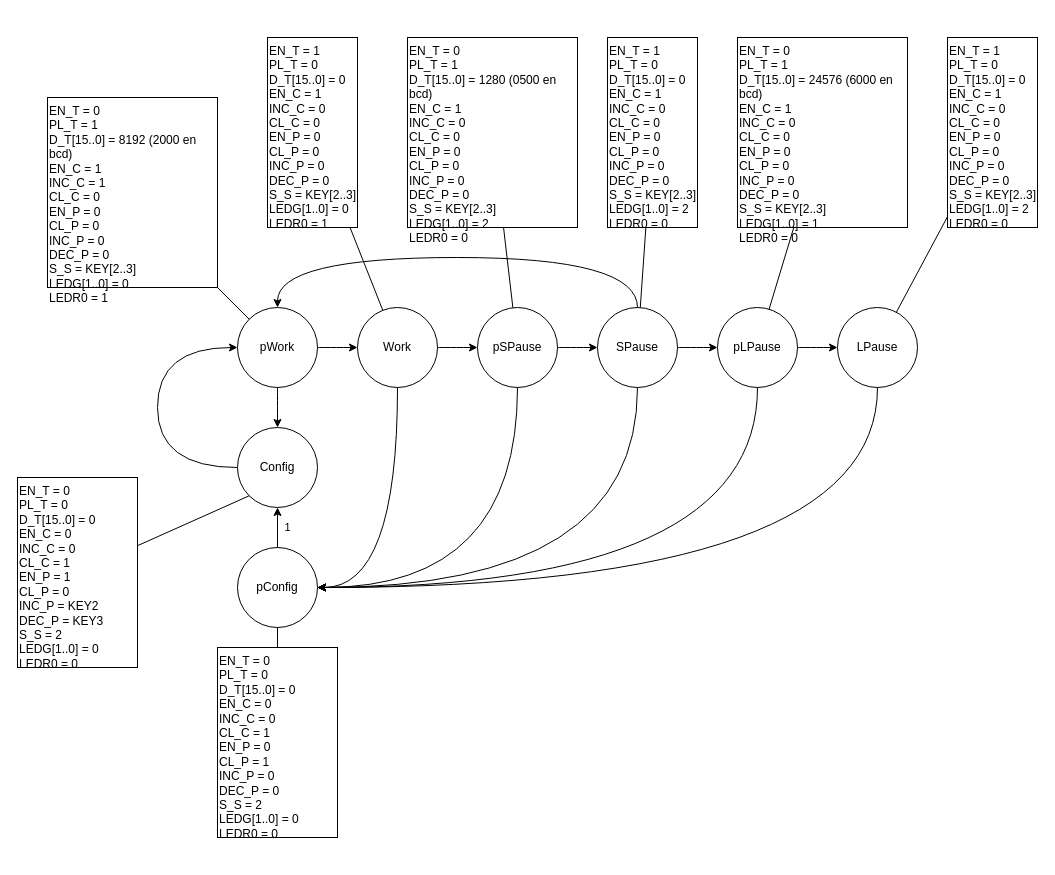
Earlier version of the draw.io diagram Séquence.drawio (Yohannans/pythonCours). Source tidied: cells renumbered, new cells numbered last; positions are measured from the earlier drawing's top-left corner, leaving out a move shared by most shapes. Both pictures are drawn from the tidied source at 100%, with x=0, y=0 at pixel (17, 37).
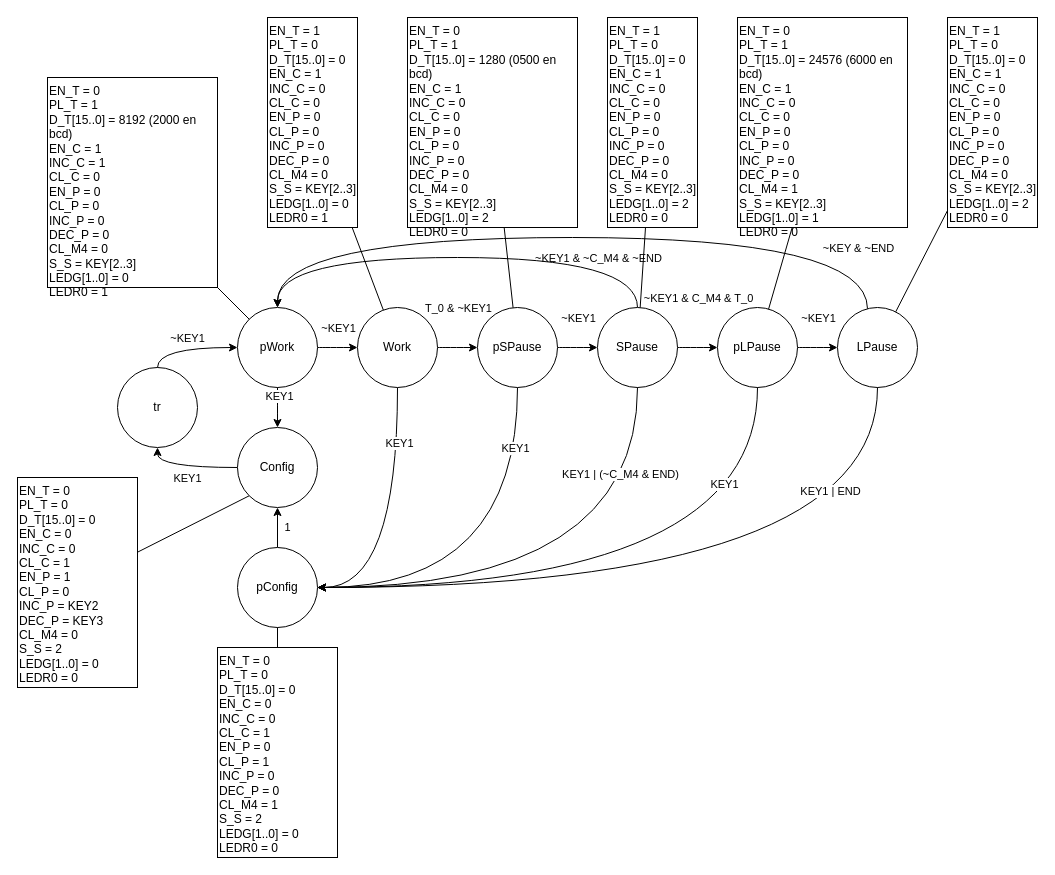
The same diagram, later.

Commit message:
Mettre à jour Séquence.drawio

Unchanged cells that the change refers to:
```xml
<mxCell id="4" value="&lt;font face=&quot;Lora&quot;&gt;Config&lt;/font&gt;" style="ellipse;whiteSpace=wrap;html=1;" parent="1" vertex="1">
  <mxGeometry x="220" y="390" width="80" height="80" as="geometry" />
</mxCell>
<mxCell id="5" style="edgeStyle=orthogonalEdgeStyle;rounded=0;jettySize=auto;html=1;curved=1;" parent="1" edge="1" source="6" target="9">
  <mxGeometry relative="1" as="geometry" />
</mxCell>
<mxCell id="6" value="&lt;font face=&quot;Lora&quot;&gt;pWork&lt;/font&gt;" style="ellipse;whiteSpace=wrap;html=1;" parent="1" vertex="1">
  <mxGeometry x="220" y="270" width="80" height="80" as="geometry" />
</mxCell>
<mxCell id="7" style="edgeStyle=orthogonalEdgeStyle;rounded=0;jettySize=auto;html=1;curved=1;" parent="1" edge="1" source="9" target="12">
  <mxGeometry relative="1" as="geometry" />
</mxCell>
<mxCell id="8" style="edgeStyle=orthogonalEdgeStyle;rounded=0;jettySize=auto;html=1;exitX=0.5;exitY=1;exitDx=0;exitDy=0;entryX=1;entryY=0.5;entryDx=0;entryDy=0;curved=1;" parent="1" edge="1" source="9" target="25">
  <mxGeometry relative="1" as="geometry" />
</mxCell>
<mxCell id="11" style="edgeStyle=orthogonalEdgeStyle;rounded=0;jettySize=auto;html=1;exitX=0.5;exitY=1;exitDx=0;exitDy=0;curved=1;entryX=1;entryY=0.5;entryDx=0;entryDy=0;" parent="1" edge="1" source="12" target="25">
  <mxGeometry relative="1" as="geometry" />
</mxCell>
<mxCell id="18" value="&lt;font face=&quot;Lora&quot;&gt;LPause&lt;/font&gt;" style="ellipse;whiteSpace=wrap;html=1;" parent="1" vertex="1">
  <mxGeometry x="820" y="270" width="80" height="80" as="geometry" />
</mxCell>
<mxCell id="19" style="edgeStyle=orthogonalEdgeStyle;rounded=0;jettySize=auto;html=1;exitX=0.5;exitY=1;exitDx=0;exitDy=0;curved=1;entryX=1;entryY=0.5;entryDx=0;entryDy=0;" parent="1" edge="1" source="15" target="25">
  <mxGeometry relative="1" as="geometry" />
</mxCell>
<mxCell id="20" style="edgeStyle=orthogonalEdgeStyle;rounded=0;jettySize=auto;html=1;exitX=0.5;exitY=1;exitDx=0;exitDy=0;curved=1;entryX=1;entryY=0.5;entryDx=0;entryDy=0;" parent="1" edge="1" source="17" target="25">
  <mxGeometry relative="1" as="geometry" />
</mxCell>
<mxCell id="21" style="edgeStyle=orthogonalEdgeStyle;rounded=0;jettySize=auto;html=1;exitX=0.5;exitY=1;exitDx=0;exitDy=0;curved=1;entryX=1;entryY=0.5;entryDx=0;entryDy=0;" parent="1" edge="1" source="18" target="25">
  <mxGeometry relative="1" as="geometry">
    <Array as="points">
      <mxPoint x="860" y="550" />
    </Array>
  </mxGeometry>
</mxCell>
<mxCell id="25" value="&lt;font face=&quot;Lora&quot;&gt;pConfig&lt;/font&gt;" style="ellipse;whiteSpace=wrap;html=1;" parent="1" vertex="1">
  <mxGeometry x="220" y="510" width="80" height="80" as="geometry" />
</mxCell>
```

The edit, as a diff of the source:
```diff
@@
-    <mxCell id="2" style="rounded=0;jettySize=auto;html=1;entryX=0;entryY=0.5;entryDx=0;entryDy=0;edgeStyle=orthogonalEdgeStyle;curved=1;exitX=0;exitY=0.5;exitDx=0;exitDy=0;" parent="1" edge="1" source="4" target="6">
+    <mxCell id="2" style="rounded=0;jettySize=auto;html=1;entryX=0.5;entryY=1;entryDx=0;entryDy=0;edgeStyle=orthogonalEdgeStyle;curved=1;exitX=0;exitY=0.5;exitDx=0;exitDy=0;" parent="1" edge="1" source="4" target="54">
       <mxGeometry relative="1" as="geometry">
         <Array as="points">
           <mxPoint x="140" y="430" />
-          <mxPoint x="140" y="310" />
         </Array>
       </mxGeometry>
     </mxCell>
+    <mxCell id="40" value="&lt;span&gt;&lt;font face=&quot;Lora&quot;&gt;KEY1&lt;/font&gt;&lt;/span&gt;" style="edgeLabel;html=1;align=center;verticalAlign=middle;" parent="2" vertex="1">
+      <mxGeometry x="0.02" y="-1" relative="1" as="geometry">
+        <mxPoint y="11" as="offset" />
+      </mxGeometry>
+    </mxCell>
@@
+    <mxCell id="41" value="&lt;font face=&quot;Lora&quot;&gt;~KEY1&lt;/font&gt;" style="edgeLabel;html=1;align=center;verticalAlign=middle;" parent="5" vertex="1">
+      <mxGeometry x="-0.04" relative="1" as="geometry">
+        <mxPoint x="1" y="-20" as="offset" />
+      </mxGeometry>
+    </mxCell>
+    <mxCell id="42" value="&lt;font face=&quot;Lora&quot;&gt;~KEY1&lt;/font&gt;" style="edgeLabel;html=1;align=center;verticalAlign=middle;" parent="5" vertex="1">
+      <mxGeometry x="-0.04" relative="1" as="geometry">
+        <mxPoint x="241" y="-30" as="offset" />
+      </mxGeometry>
+    </mxCell>
+    <mxCell id="43" value="&lt;font face=&quot;Lora&quot;&gt;~KEY1 &amp;amp; C_M4 &amp;amp; T_0&lt;/font&gt;" style="edgeLabel;html=1;align=center;verticalAlign=middle;" parent="5" vertex="1">
+      <mxGeometry x="-0.04" relative="1" as="geometry">
+        <mxPoint x="361" y="-50" as="offset" />
+      </mxGeometry>
+    </mxCell>
+    <mxCell id="44" value="&lt;font face=&quot;Lora&quot;&gt;~KEY1 &amp;amp; ~C_M4 &amp;amp; ~END&lt;/font&gt;" style="edgeLabel;html=1;align=center;verticalAlign=middle;" parent="5" vertex="1">
+      <mxGeometry x="-0.04" relative="1" as="geometry">
+        <mxPoint x="261" y="-90" as="offset" />
+      </mxGeometry>
+    </mxCell>
+    <mxCell id="45" value="&lt;font face=&quot;Lora&quot;&gt;~KEY1&lt;/font&gt;" style="edgeLabel;html=1;align=center;verticalAlign=middle;" parent="5" vertex="1">
+      <mxGeometry x="-0.04" relative="1" as="geometry">
+        <mxPoint x="481" y="-30" as="offset" />
+      </mxGeometry>
+    </mxCell>
+    <mxCell id="46" value="&lt;font face=&quot;Lora&quot;&gt;~KEY &amp;amp; ~END&lt;/font&gt;" style="edgeLabel;html=1;align=center;verticalAlign=middle;" parent="5" vertex="1">
+      <mxGeometry x="-0.04" relative="1" as="geometry">
+        <mxPoint x="521" y="-100" as="offset" />
+      </mxGeometry>
+    </mxCell>
@@
+    <mxCell id="47" value="&lt;span&gt;&lt;font face=&quot;Lora&quot;&gt;T_0 &amp;amp; ~KEY1&lt;/font&gt;&lt;/span&gt;" style="edgeLabel;html=1;align=center;verticalAlign=middle;" parent="7" vertex="1">
+      <mxGeometry x="-0.15" y="-1" relative="1" as="geometry">
+        <mxPoint x="3" y="-41" as="offset" />
+      </mxGeometry>
+    </mxCell>
@@
+    <mxCell id="48" value="&lt;font face=&quot;Lora&quot;&gt;KEY1&lt;/font&gt;" style="edgeLabel;html=1;align=center;verticalAlign=middle;" parent="8" vertex="1">
+      <mxGeometry x="-0.61" y="1" relative="1" as="geometry" />
+    </mxCell>
@@
+    <mxCell id="49" value="&lt;font face=&quot;Lora&quot;&gt;KEY1&lt;/font&gt;" style="edgeLabel;html=1;align=center;verticalAlign=middle;" parent="11" vertex="1">
+      <mxGeometry x="-0.7" y="-3" relative="1" as="geometry" />
+    </mxCell>
@@
+    <mxCell id="50" style="edgeStyle=orthogonalEdgeStyle;rounded=0;jettySize=auto;html=1;entryX=0.5;entryY=0;entryDx=0;entryDy=0;curved=1;" parent="1" edge="1" source="18" target="6">
+      <mxGeometry relative="1" as="geometry">
+        <Array as="points">
+          <mxPoint x="850" y="200" />
+          <mxPoint x="260" y="200" />
+        </Array>
+      </mxGeometry>
+    </mxCell>
@@
+    <mxCell id="51" value="&lt;font face=&quot;Lora&quot;&gt;KEY1 | (~C_M4 &amp;amp; END)&lt;/font&gt;" style="edgeLabel;html=1;align=center;verticalAlign=middle;" parent="19" vertex="1">
+      <mxGeometry x="-0.67" y="-18" relative="1" as="geometry" />
+    </mxCell>
@@
+    <mxCell id="52" value="&lt;font face=&quot;Lora&quot;&gt;KEY1&lt;/font&gt;" style="edgeLabel;html=1;align=center;verticalAlign=middle;" parent="20" vertex="1">
+      <mxGeometry x="-0.7" y="-34" relative="1" as="geometry" />
+    </mxCell>
@@
-    <mxCell id="22" style="edgeStyle=orthogonalEdgeStyle;rounded=0;jettySize=auto;html=1;entryX=0.5;entryY=0;entryDx=0;entryDy=0;curved=1;exitX=0.5;exitY=1;exitDx=0;exitDy=0;" parent="1" edge="1" source="6" target="4">
-      <mxGeometry relative="1" as="geometry" />
-    </mxCell>
+    <mxCell id="53" value="&lt;font face=&quot;Lora&quot;&gt;KEY1 | END&lt;/font&gt;" style="edgeLabel;html=1;align=center;verticalAlign=middle;" parent="21" vertex="1">
+      <mxGeometry x="-0.73" y="-48" relative="1" as="geometry" />
+    </mxCell>
-    <mxCell id="23" value="EN_T = 0&lt;div&gt;PL_T = 0&lt;/div&gt;&lt;div&gt;D_T[15..0] = 0&lt;/div&gt;&lt;div&gt;EN_C = 0&lt;/div&gt;&lt;div&gt;INC_C = 0&lt;/div&gt;&lt;div&gt;CL_C = 1&lt;/div&gt;&lt;div&gt;EN_P = 1&lt;/div&gt;&lt;div&gt;CL_P = 0&lt;/div&gt;&lt;div&gt;INC_P = KEY2&lt;/div&gt;&lt;div&gt;DEC_P = KEY3&lt;/div&gt;&lt;div&gt;S_S = 2&lt;/div&gt;&lt;div&gt;LEDG[1..0] = 0&lt;/div&gt;&lt;div&gt;LEDR0 = 0&lt;/div&gt;" style="rounded=0;whiteSpace=wrap;html=1;align=left;verticalAlign=top;fontFamily=Lora;" parent="1" vertex="1">
-      <mxGeometry y="440" width="120" height="190" as="geometry" />
+    <mxCell id="23" value="EN_T = 0&lt;div&gt;PL_T = 0&lt;/div&gt;&lt;div&gt;D_T[15..0] = 0&lt;/div&gt;&lt;div&gt;EN_C = 0&lt;/div&gt;&lt;div&gt;INC_C = 0&lt;/div&gt;&lt;div&gt;CL_C = 1&lt;/div&gt;&lt;div&gt;EN_P = 1&lt;/div&gt;&lt;div&gt;CL_P = 0&lt;/div&gt;&lt;div&gt;INC_P = KEY2&lt;/div&gt;&lt;div&gt;DEC_P = KEY3&lt;/div&gt;&lt;div&gt;CL_M4 = 0&lt;/div&gt;&lt;div&gt;S_S = 2&lt;/div&gt;&lt;div&gt;LEDG[1..0] = 0&lt;/div&gt;&lt;div&gt;LEDR0 = 0&lt;/div&gt;" style="rounded=0;whiteSpace=wrap;html=1;align=left;verticalAlign=top;fontFamily=Lora;" parent="1" vertex="1">
+      <mxGeometry y="440" width="120" height="210" as="geometry" />
     </mxCell>
-    <mxCell id="24" value="1" style="edgeStyle=orthogonalEdgeStyle;rounded=0;jettySize=auto;html=1;exitX=0.5;exitY=0;exitDx=0;exitDy=0;entryX=0.5;entryY=1;entryDx=0;entryDy=0;labelBackgroundColor=none;" parent="1" edge="1" source="25" target="4">
+    <mxCell id="24" value="&lt;span&gt;&lt;font face=&quot;Lora&quot;&gt;1&lt;/font&gt;&lt;/span&gt;" style="edgeStyle=orthogonalEdgeStyle;rounded=0;jettySize=auto;html=1;exitX=0.5;exitY=0;exitDx=0;exitDy=0;entryX=0.5;entryY=1;entryDx=0;entryDy=0;labelBackgroundColor=none;" parent="1" edge="1" source="25" target="4">
       <mxGeometry y="-10" relative="1" as="geometry" />
     </mxCell>
@@
-    <mxCell id="26" value="EN_T = 0&lt;div&gt;PL_T = 0&lt;/div&gt;&lt;div&gt;D_T[15..0] = 0&lt;/div&gt;&lt;div&gt;EN_C = 0&lt;/div&gt;&lt;div&gt;INC_C = 0&lt;/div&gt;&lt;div&gt;CL_C = 1&lt;/div&gt;&lt;div&gt;EN_P = 0&lt;/div&gt;&lt;div&gt;CL_P = 1&lt;/div&gt;&lt;div&gt;INC_P = 0&lt;/div&gt;&lt;div&gt;DEC_P = 0&lt;/div&gt;&lt;div&gt;S_S = 2&lt;/div&gt;&lt;div&gt;LEDG[1..0] = 0&lt;/div&gt;&lt;div&gt;LEDR0 = 0&lt;/div&gt;" style="rounded=0;whiteSpace=wrap;html=1;align=left;verticalAlign=top;fontFamily=Lora;" parent="1" vertex="1">
-      <mxGeometry x="200" y="610" width="120" height="190" as="geometry" />
+    <mxCell id="26" value="EN_T = 0&lt;div&gt;PL_T = 0&lt;/div&gt;&lt;div&gt;D_T[15..0] = 0&lt;/div&gt;&lt;div&gt;EN_C = 0&lt;/div&gt;&lt;div&gt;INC_C = 0&lt;/div&gt;&lt;div&gt;CL_C = 1&lt;/div&gt;&lt;div&gt;EN_P = 0&lt;/div&gt;&lt;div&gt;CL_P = 1&lt;/div&gt;&lt;div&gt;INC_P = 0&lt;/div&gt;&lt;div&gt;DEC_P = 0&lt;/div&gt;&lt;div&gt;CL_M4 = 1&lt;br&gt;&lt;/div&gt;&lt;div&gt;S_S = 2&lt;/div&gt;&lt;div&gt;LEDG[1..0] = 0&lt;/div&gt;&lt;div&gt;LEDR0 = 0&lt;/div&gt;" style="rounded=0;whiteSpace=wrap;html=1;align=left;verticalAlign=top;fontFamily=Lora;" parent="1" vertex="1">
+      <mxGeometry x="200" y="610" width="120" height="210" as="geometry" />
     </mxCell>
@@
-    <mxCell id="29" value="EN_T = 0&lt;div&gt;PL_T = 1&lt;/div&gt;&lt;div&gt;D_T[15..0] =&amp;nbsp;8192 (2000 en bcd)&lt;/div&gt;&lt;div&gt;EN_C = 1&lt;/div&gt;&lt;div&gt;INC_C = 1&lt;/div&gt;&lt;div&gt;CL_C = 0&lt;/div&gt;&lt;div&gt;EN_P = 0&lt;/div&gt;&lt;div&gt;CL_P = 0&lt;/div&gt;&lt;div&gt;INC_P = 0&lt;/div&gt;&lt;div&gt;DEC_P = 0&lt;/div&gt;&lt;div&gt;S_S = KEY[2..3]&lt;/div&gt;&lt;div&gt;LEDG[1..0] = 0&lt;/div&gt;&lt;div&gt;LEDR0 = 1&lt;/div&gt;" style="rounded=0;whiteSpace=wrap;html=1;align=left;verticalAlign=top;fontFamily=Lora;" parent="1" vertex="1">
-      <mxGeometry x="30" y="60" width="170" height="190" as="geometry" />
+    <mxCell id="29" value="EN_T = 0&lt;div&gt;PL_T = 1&lt;/div&gt;&lt;div&gt;D_T[15..0] =&amp;nbsp;8192 (2000 en bcd)&lt;/div&gt;&lt;div&gt;EN_C = 1&lt;/div&gt;&lt;div&gt;INC_C = 1&lt;/div&gt;&lt;div&gt;CL_C = 0&lt;/div&gt;&lt;div&gt;EN_P = 0&lt;/div&gt;&lt;div&gt;CL_P = 0&lt;/div&gt;&lt;div&gt;INC_P = 0&lt;/div&gt;&lt;div&gt;DEC_P = 0&lt;/div&gt;&lt;div&gt;CL_M4 = 0&lt;br&gt;&lt;/div&gt;&lt;div&gt;S_S = KEY[2..3]&lt;/div&gt;&lt;div&gt;LEDG[1..0] = 0&lt;/div&gt;&lt;div&gt;LEDR0 = 1&lt;/div&gt;" style="rounded=0;whiteSpace=wrap;html=1;align=left;verticalAlign=top;fontFamily=Lora;" parent="1" vertex="1">
+      <mxGeometry x="30" y="40" width="170" height="210" as="geometry" />
     </mxCell>
@@
-    <mxCell id="31" value="EN_T = 1&lt;div&gt;PL_T = 0&lt;/div&gt;&lt;div&gt;D_T[15..0] = 0&lt;/div&gt;&lt;div&gt;EN_C = 1&lt;/div&gt;&lt;div&gt;INC_C = 0&lt;/div&gt;&lt;div&gt;CL_C = 0&lt;/div&gt;&lt;div&gt;EN_P = 0&lt;/div&gt;&lt;div&gt;CL_P = 0&lt;/div&gt;&lt;div&gt;INC_P = 0&lt;/div&gt;&lt;div&gt;DEC_P = 0&lt;/div&gt;&lt;div&gt;S_S = KEY[2..3]&lt;/div&gt;&lt;div&gt;LEDG[1..0] = 0&lt;/div&gt;&lt;div&gt;LEDR0 = 1&lt;/div&gt;" style="rounded=0;whiteSpace=wrap;html=1;align=left;verticalAlign=top;fontFamily=Lora;" parent="1" vertex="1">
-      <mxGeometry x="250" width="90" height="190" as="geometry" />
+    <mxCell id="31" value="EN_T = 1&lt;div&gt;PL_T = 0&lt;/div&gt;&lt;div&gt;D_T[15..0] = 0&lt;/div&gt;&lt;div&gt;EN_C = 1&lt;/div&gt;&lt;div&gt;INC_C = 0&lt;/div&gt;&lt;div&gt;CL_C = 0&lt;/div&gt;&lt;div&gt;EN_P = 0&lt;/div&gt;&lt;div&gt;CL_P = 0&lt;/div&gt;&lt;div&gt;INC_P = 0&lt;/div&gt;&lt;div&gt;DEC_P = 0&lt;/div&gt;&lt;div&gt;CL_M4 = 0&lt;br&gt;&lt;/div&gt;&lt;div&gt;S_S = KEY[2..3]&lt;/div&gt;&lt;div&gt;LEDG[1..0] = 0&lt;/div&gt;&lt;div&gt;LEDR0 = 1&lt;/div&gt;" style="rounded=0;whiteSpace=wrap;html=1;align=left;verticalAlign=top;fontFamily=Lora;" parent="1" vertex="1">
+      <mxGeometry x="250" y="-20" width="90" height="210" as="geometry" />
     </mxCell>
-    <mxCell id="32" value="EN_T = 0&lt;div&gt;PL_T = 1&lt;/div&gt;&lt;div&gt;D_T[15..0] =&amp;nbsp;1280 (0500 en bcd)&lt;/div&gt;&lt;div&gt;EN_C = 1&lt;/div&gt;&lt;div&gt;INC_C = 0&lt;/div&gt;&lt;div&gt;CL_C = 0&lt;/div&gt;&lt;div&gt;EN_P = 0&lt;/div&gt;&lt;div&gt;CL_P = 0&lt;/div&gt;&lt;div&gt;INC_P = 0&lt;/div&gt;&lt;div&gt;DEC_P = 0&lt;/div&gt;&lt;div&gt;S_S = KEY[2..3]&lt;/div&gt;&lt;div&gt;LEDG[1..0] = 2&lt;/div&gt;&lt;div&gt;LEDR0 = 0&lt;/div&gt;" style="rounded=0;whiteSpace=wrap;html=1;align=left;verticalAlign=top;fontFamily=Lora;" parent="1" vertex="1">
-      <mxGeometry x="390" width="170" height="190" as="geometry" />
+    <mxCell id="32" value="EN_T = 0&lt;div&gt;PL_T = 1&lt;/div&gt;&lt;div&gt;D_T[15..0] =&amp;nbsp;1280 (0500 en bcd)&lt;/div&gt;&lt;div&gt;EN_C = 1&lt;/div&gt;&lt;div&gt;INC_C = 0&lt;/div&gt;&lt;div&gt;CL_C = 0&lt;/div&gt;&lt;div&gt;EN_P = 0&lt;/div&gt;&lt;div&gt;CL_P = 0&lt;/div&gt;&lt;div&gt;INC_P = 0&lt;/div&gt;&lt;div&gt;DEC_P = 0&lt;/div&gt;&lt;div&gt;CL_M4 = 0&lt;br&gt;&lt;/div&gt;&lt;div&gt;S_S = KEY[2..3]&lt;/div&gt;&lt;div&gt;LEDG[1..0] = 2&lt;/div&gt;&lt;div&gt;LEDR0 = 0&lt;/div&gt;" style="rounded=0;whiteSpace=wrap;html=1;align=left;verticalAlign=top;fontFamily=Lora;" parent="1" vertex="1">
+      <mxGeometry x="390" y="-20" width="170" height="210" as="geometry" />
     </mxCell>
@@
-    <mxCell id="34" value="EN_T = 1&lt;div&gt;PL_T = 0&lt;/div&gt;&lt;div&gt;D_T[15..0] = 0&lt;/div&gt;&lt;div&gt;EN_C = 1&lt;/div&gt;&lt;div&gt;INC_C = 0&lt;/div&gt;&lt;div&gt;CL_C = 0&lt;/div&gt;&lt;div&gt;EN_P = 0&lt;/div&gt;&lt;div&gt;CL_P = 0&lt;/div&gt;&lt;div&gt;INC_P = 0&lt;/div&gt;&lt;div&gt;DEC_P = 0&lt;/div&gt;&lt;div&gt;S_S = KEY[2..3]&lt;/div&gt;&lt;div&gt;LEDG[1..0] = 2&lt;/div&gt;&lt;div&gt;LEDR0 = 0&lt;/div&gt;" style="rounded=0;whiteSpace=wrap;html=1;align=left;verticalAlign=top;fontFamily=Lora;" parent="1" vertex="1">
-      <mxGeometry x="590" width="90" height="190" as="geometry" />
+    <mxCell id="34" value="EN_T = 1&lt;div&gt;PL_T = 0&lt;/div&gt;&lt;div&gt;D_T[15..0] = 0&lt;/div&gt;&lt;div&gt;EN_C = 1&lt;/div&gt;&lt;div&gt;INC_C = 0&lt;/div&gt;&lt;div&gt;CL_C = 0&lt;/div&gt;&lt;div&gt;EN_P = 0&lt;/div&gt;&lt;div&gt;CL_P = 0&lt;/div&gt;&lt;div&gt;INC_P = 0&lt;/div&gt;&lt;div&gt;DEC_P = 0&lt;/div&gt;&lt;div&gt;CL_M4 = 0&lt;br&gt;&lt;/div&gt;&lt;div&gt;S_S = KEY[2..3]&lt;/div&gt;&lt;div&gt;LEDG[1..0] = 2&lt;/div&gt;&lt;div&gt;LEDR0 = 0&lt;/div&gt;" style="rounded=0;whiteSpace=wrap;html=1;align=left;verticalAlign=top;fontFamily=Lora;" parent="1" vertex="1">
+      <mxGeometry x="590" y="-20" width="90" height="210" as="geometry" />
     </mxCell>
@@
-    <mxCell id="37" value="EN_T = 0&lt;div&gt;PL_T = 1&lt;/div&gt;&lt;div&gt;D_T[15..0] = 24576&amp;nbsp;(6000 en bcd)&lt;/div&gt;&lt;div&gt;EN_C = 1&lt;/div&gt;&lt;div&gt;INC_C = 0&lt;/div&gt;&lt;div&gt;CL_C = 0&lt;/div&gt;&lt;div&gt;EN_P = 0&lt;/div&gt;&lt;div&gt;CL_P = 0&lt;/div&gt;&lt;div&gt;INC_P = 0&lt;/div&gt;&lt;div&gt;DEC_P = 0&lt;/div&gt;&lt;div&gt;S_S = KEY[2..3]&lt;/div&gt;&lt;div&gt;LEDG[1..0] = 1&lt;/div&gt;&lt;div&gt;LEDR0 = 0&lt;/div&gt;" style="rounded=0;whiteSpace=wrap;html=1;align=left;verticalAlign=top;fontFamily=Lora;" parent="1" vertex="1">
-      <mxGeometry x="720" width="170" height="190" as="geometry" />
+    <mxCell id="37" value="EN_T = 0&lt;div&gt;PL_T = 1&lt;/div&gt;&lt;div&gt;D_T[15..0] = 24576&amp;nbsp;(6000 en bcd)&lt;/div&gt;&lt;div&gt;EN_C = 1&lt;/div&gt;&lt;div&gt;INC_C = 0&lt;/div&gt;&lt;div&gt;CL_C = 0&lt;/div&gt;&lt;div&gt;EN_P = 0&lt;/div&gt;&lt;div&gt;CL_P = 0&lt;/div&gt;&lt;div&gt;INC_P = 0&lt;/div&gt;&lt;div&gt;DEC_P = 0&lt;/div&gt;&lt;div&gt;CL_M4 = 1&lt;br&gt;&lt;/div&gt;&lt;div&gt;S_S = KEY[2..3]&lt;/div&gt;&lt;div&gt;LEDG[1..0] = 1&lt;/div&gt;&lt;div&gt;LEDR0 = 0&lt;/div&gt;" style="rounded=0;whiteSpace=wrap;html=1;align=left;verticalAlign=top;fontFamily=Lora;" parent="1" vertex="1">
+      <mxGeometry x="720" y="-20" width="170" height="210" as="geometry" />
     </mxCell>
-    <mxCell id="38" value="EN_T = 1&lt;div&gt;PL_T = 0&lt;/div&gt;&lt;div&gt;D_T[15..0] = 0&lt;/div&gt;&lt;div&gt;EN_C = 1&lt;/div&gt;&lt;div&gt;INC_C = 0&lt;/div&gt;&lt;div&gt;CL_C = 0&lt;/div&gt;&lt;div&gt;EN_P = 0&lt;/div&gt;&lt;div&gt;CL_P = 0&lt;/div&gt;&lt;div&gt;INC_P = 0&lt;/div&gt;&lt;div&gt;DEC_P = 0&lt;/div&gt;&lt;div&gt;S_S = KEY[2..3]&lt;/div&gt;&lt;div&gt;LEDG[1..0] = 2&lt;/div&gt;&lt;div&gt;LEDR0 = 0&lt;/div&gt;" style="rounded=0;whiteSpace=wrap;html=1;align=left;verticalAlign=top;fontFamily=Lora;" parent="1" vertex="1">
-      <mxGeometry x="930" width="90" height="190" as="geometry" />
+    <mxCell id="38" value="EN_T = 1&lt;div&gt;PL_T = 0&lt;/div&gt;&lt;div&gt;D_T[15..0] = 0&lt;/div&gt;&lt;div&gt;EN_C = 1&lt;/div&gt;&lt;div&gt;INC_C = 0&lt;/div&gt;&lt;div&gt;CL_C = 0&lt;/div&gt;&lt;div&gt;EN_P = 0&lt;/div&gt;&lt;div&gt;CL_P = 0&lt;/div&gt;&lt;div&gt;INC_P = 0&lt;/div&gt;&lt;div&gt;DEC_P = 0&lt;/div&gt;&lt;div&gt;CL_M4 = 0&lt;br&gt;&lt;/div&gt;&lt;div&gt;S_S = KEY[2..3]&lt;/div&gt;&lt;div&gt;LEDG[1..0] = 2&lt;/div&gt;&lt;div&gt;LEDR0 = 0&lt;/div&gt;" style="rounded=0;whiteSpace=wrap;html=1;align=left;verticalAlign=top;fontFamily=Lora;" parent="1" vertex="1">
+      <mxGeometry x="930" y="-20" width="90" height="210" as="geometry" />
     </mxCell>
@@
+    <mxCell id="54" value="&lt;font face=&quot;Lora&quot;&gt;tr&lt;/font&gt;" style="ellipse;whiteSpace=wrap;html=1;" parent="1" vertex="1">
+      <mxGeometry x="100" y="330" width="80" height="80" as="geometry" />
+    </mxCell>
+    <mxCell id="55" style="edgeStyle=orthogonalEdgeStyle;rounded=0;jettySize=auto;html=1;exitX=0.5;exitY=1;exitDx=0;exitDy=0;curved=1;" parent="1" edge="1" source="6">
+      <mxGeometry relative="1" as="geometry">
+        <mxPoint x="260" y="390" as="targetPoint" />
+      </mxGeometry>
+    </mxCell>
+    <mxCell id="56" value="&lt;font face=&quot;Lora&quot;&gt;KEY1&lt;/font&gt;" style="edgeLabel;html=1;align=center;verticalAlign=middle;" parent="55" vertex="1">
+      <mxGeometry x="-0.61" y="1" relative="1" as="geometry" />
+    </mxCell>
+    <mxCell id="57" style="edgeStyle=orthogonalEdgeStyle;rounded=0;jettySize=auto;html=1;curved=1;exitX=0.5;exitY=0;exitDx=0;exitDy=0;entryX=0;entryY=0.5;entryDx=0;entryDy=0;" parent="1" edge="1" source="54" target="6">
+      <mxGeometry relative="1" as="geometry" />
+    </mxCell>
+    <mxCell id="58" value="&lt;font face=&quot;Lora&quot;&gt;~KEY1&lt;/font&gt;" style="edgeLabel;html=1;align=center;verticalAlign=middle;" parent="57" vertex="1">
+      <mxGeometry x="-0.04" relative="1" as="geometry">
+        <mxPoint x="1" y="-10" as="offset" />
+      </mxGeometry>
+    </mxCell>
```
